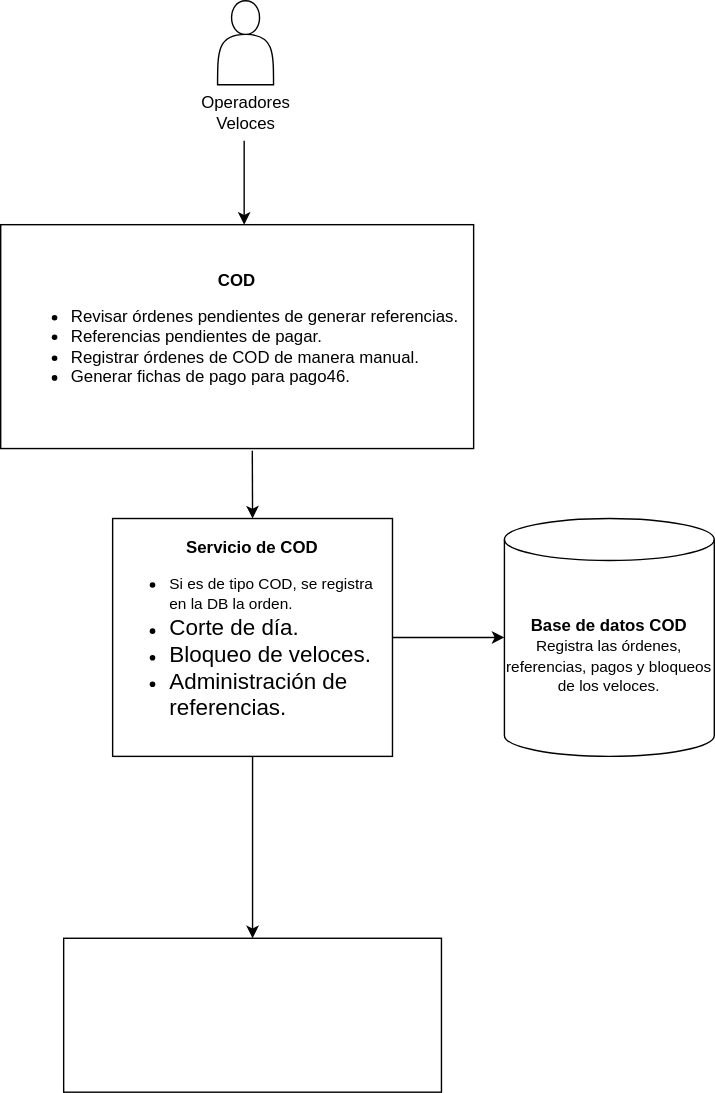
Above: Diagrama C2 COD.svg in dani99m/Diagramas (draw.io), before the change. Source tidied: cells renumbered, new cells last; positions are measured from the earlier drawing's top-left corner, leaving out a move shared by most shapes.
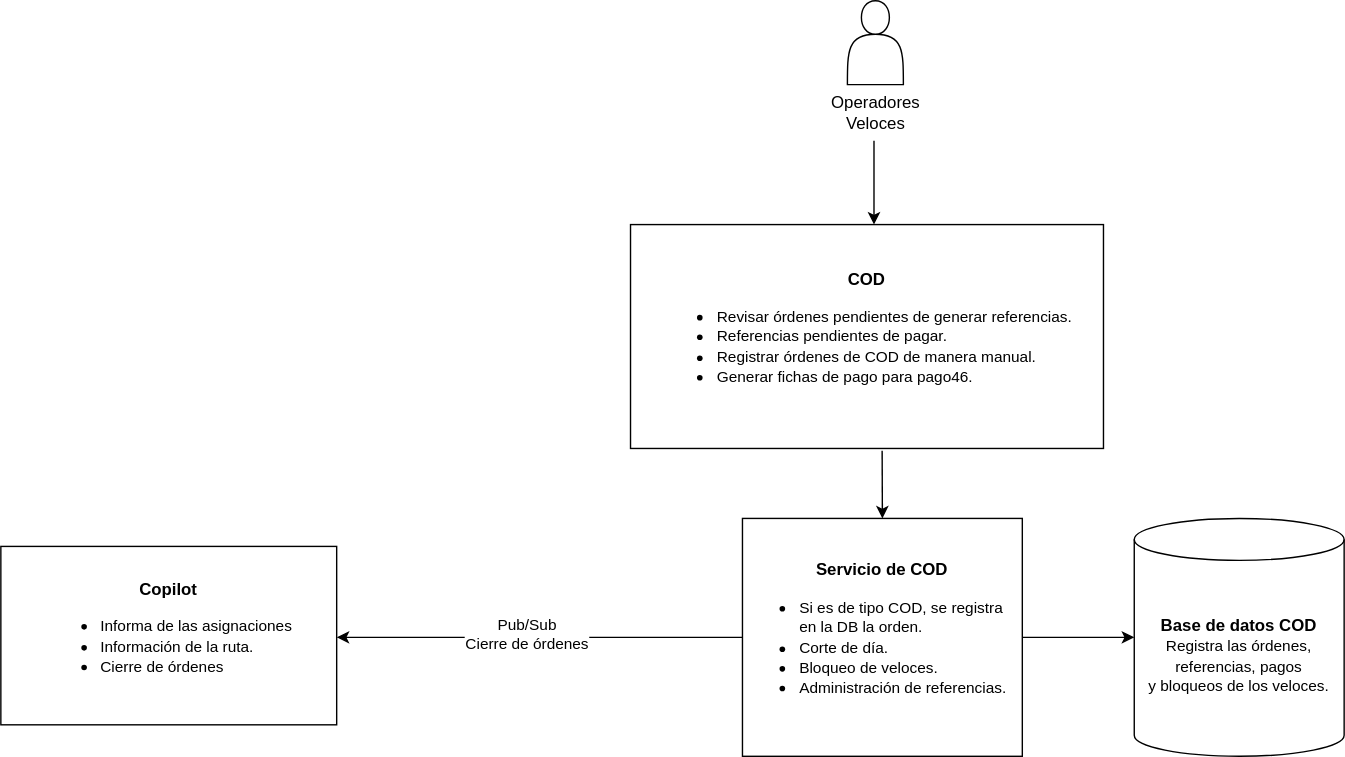
The same file after the commit.

What changed in the source:
```diff
@@ -17,7 +17,7 @@
         </Array>
       </mxGeometry>
     </mxCell>
-    <mxCell id="5" value="&lt;span style=&quot;background-color: initial;&quot;&gt;&lt;b&gt;COD&lt;/b&gt;&lt;br&gt;&lt;/span&gt;&lt;ul&gt;&lt;li style=&quot;text-align: left;&quot;&gt;Revisar órdenes pendientes de generar referencias.&lt;/li&gt;&lt;li style=&quot;text-align: left;&quot;&gt;Referencias pendientes de pagar.&lt;/li&gt;&lt;li style=&quot;text-align: left;&quot;&gt;Registrar órdenes de COD de manera manual.&lt;/li&gt;&lt;li style=&quot;text-align: left;&quot;&gt;Generar fichas de pago para pago46.&lt;/li&gt;&lt;/ul&gt;" style="rounded=0;whiteSpace=wrap;html=1;" parent="1" vertex="1">
+    <mxCell id="5" value="&lt;b style=&quot;background-color: initial;&quot;&gt;COD&lt;br&gt;&lt;/b&gt;&lt;ul&gt;&lt;li style=&quot;text-align: left;&quot;&gt;&lt;font style=&quot;font-size: 11px;&quot;&gt;Revisar órdenes pendientes de generar referencias.&lt;/font&gt;&lt;/li&gt;&lt;li style=&quot;text-align: left;&quot;&gt;&lt;font style=&quot;font-size: 11px;&quot;&gt;Referencias pendientes de pagar.&lt;/font&gt;&lt;/li&gt;&lt;li style=&quot;text-align: left;&quot;&gt;&lt;font style=&quot;font-size: 11px;&quot;&gt;Registrar órdenes de COD de manera manual.&lt;/font&gt;&lt;/li&gt;&lt;li style=&quot;text-align: left;&quot;&gt;&lt;font style=&quot;font-size: 11px;&quot;&gt;Generar fichas de pago para pago46.&lt;/font&gt;&lt;/li&gt;&lt;/ul&gt;" style="rounded=0;whiteSpace=wrap;html=1;" parent="1" vertex="1">
       <mxGeometry y="160" width="338" height="160" as="geometry" />
     </mxCell>
     <mxCell id="6" style="endArrow=classic;html=1;rounded=0;entryX=0.5;entryY=0;entryDx=0;entryDy=0;exitX=0.532;exitY=1.01;exitDx=0;exitDy=0;exitPerimeter=0;" parent="1" edge="1" source="5" target="9">
@@ -26,17 +26,22 @@
     <mxCell id="7" style="edgeStyle=orthogonalEdgeStyle;rounded=0;jettySize=auto;html=1;" parent="1" edge="1" source="9" target="10">
       <mxGeometry relative="1" as="geometry" />
     </mxCell>
-    <mxCell id="8" style="edgeStyle=orthogonalEdgeStyle;rounded=0;jettySize=auto;html=1;fontSize=11;" parent="1" edge="1" source="9" target="11">
-      <mxGeometry relative="1" as="geometry" />
-    </mxCell>
+    <mxCell id="12" style="edgeStyle=orthogonalEdgeStyle;rounded=0;jettySize=auto;html=1;exitX=0;exitY=0.5;exitDx=0;exitDy=0;" parent="1" edge="1" source="9">
+      <mxGeometry relative="1" as="geometry">
+        <mxPoint x="-210" y="455" as="targetPoint" />
+      </mxGeometry>
+    </mxCell>
+    <mxCell id="13" value="Pub/Sub&lt;br&gt;Cierre de órdenes" style="edgeLabel;html=1;align=center;verticalAlign=middle;" parent="12" vertex="1">
+      <mxGeometry x="0.07" y="-3" relative="1" as="geometry" />
+    </mxCell>
-    <mxCell id="9" value="&lt;b&gt;Servicio de COD&lt;br&gt;&lt;/b&gt;&lt;div style=&quot;text-align: left;&quot;&gt;&lt;ul&gt;&lt;li&gt;&lt;span style=&quot;background-color: initial;&quot;&gt;&lt;font style=&quot;font-size: 11px;&quot;&gt;Si es de tipo COD, se registra en la DB la orden.&lt;/font&gt;&lt;/span&gt;&lt;/li&gt;&lt;li&gt;&lt;span style=&quot;background-color: initial;&quot;&gt;&lt;font size=&quot;3&quot;&gt;Corte de día.&lt;/font&gt;&lt;/span&gt;&lt;/li&gt;&lt;li&gt;&lt;span style=&quot;background-color: initial;&quot;&gt;&lt;font size=&quot;3&quot;&gt;Bloqueo de veloces.&lt;/font&gt;&lt;/span&gt;&lt;/li&gt;&lt;li&gt;&lt;span style=&quot;background-color: initial;&quot;&gt;&lt;font size=&quot;3&quot;&gt;Administración de referencias.&lt;/font&gt;&lt;/span&gt;&lt;/li&gt;&lt;/ul&gt;&lt;/div&gt;" style="rounded=0;whiteSpace=wrap;html=1;" parent="1" vertex="1">
+    <mxCell id="9" value="&lt;b&gt;&lt;font style=&quot;&quot;&gt;&lt;font style=&quot;font-size: 12px;&quot;&gt;Servicio de COD&lt;/font&gt;&lt;br&gt;&lt;/font&gt;&lt;/b&gt;&lt;div style=&quot;text-align: left;&quot;&gt;&lt;ul&gt;&lt;li&gt;&lt;span style=&quot;background-color: initial;&quot;&gt;&lt;font style=&quot;font-size: 11px;&quot;&gt;Si es de tipo COD, se registra en la DB la orden.&lt;/font&gt;&lt;/span&gt;&lt;/li&gt;&lt;li&gt;&lt;span style=&quot;background-color: initial;&quot;&gt;&lt;font style=&quot;font-size: 11px;&quot;&gt;Corte de día.&lt;/font&gt;&lt;/span&gt;&lt;/li&gt;&lt;li&gt;&lt;span style=&quot;background-color: initial;&quot;&gt;&lt;font style=&quot;font-size: 11px;&quot;&gt;Bloqueo de veloces.&lt;/font&gt;&lt;/span&gt;&lt;/li&gt;&lt;li&gt;&lt;span style=&quot;background-color: initial;&quot;&gt;&lt;font style=&quot;font-size: 11px;&quot;&gt;Administración de referencias.&lt;/font&gt;&lt;/span&gt;&lt;/li&gt;&lt;/ul&gt;&lt;/div&gt;" style="rounded=0;whiteSpace=wrap;html=1;" parent="1" vertex="1">
       <mxGeometry x="80" y="370" width="200" height="170" as="geometry" />
     </mxCell>
-    <mxCell id="10" value="&lt;b&gt;Base de datos COD&lt;/b&gt;&lt;br&gt;&lt;font style=&quot;font-size: 11px;&quot;&gt;Registra las órdenes, referencias, pagos y bloqueos de los veloces.&lt;/font&gt;" style="shape=cylinder3;whiteSpace=wrap;html=1;boundedLbl=1;backgroundOutline=1;size=15;" parent="1" vertex="1">
+    <mxCell id="10" value="&lt;b&gt;Base de datos COD&lt;/b&gt;&lt;br&gt;&lt;font style=&quot;font-size: 11px;&quot;&gt;Registra las órdenes, referencias, pagos &lt;br&gt;y bloqueos de los veloces.&lt;/font&gt;" style="shape=cylinder3;whiteSpace=wrap;html=1;boundedLbl=1;backgroundOutline=1;size=15;" parent="1" vertex="1">
       <mxGeometry x="360" y="370" width="150" height="170" as="geometry" />
     </mxCell>
-    <mxCell id="11" style="rounded=0;whiteSpace=wrap;html=1;fontSize=11;" parent="1" vertex="1">
-      <mxGeometry x="45" y="670" width="270" height="110" as="geometry" />
-    </mxCell>
+    <mxCell id="14" value="&lt;b style=&quot;background-color: initial;&quot;&gt;Copilot&lt;br&gt;&lt;/b&gt;&lt;ul&gt;&lt;li style=&quot;text-align: left;&quot;&gt;&lt;font style=&quot;font-size: 11px;&quot;&gt;Informa de las asignaciones&lt;/font&gt;&lt;/li&gt;&lt;li style=&quot;text-align: left;&quot;&gt;&lt;font style=&quot;font-size: 11px;&quot;&gt;Información de la ruta.&lt;/font&gt;&lt;/li&gt;&lt;li style=&quot;text-align: left;&quot;&gt;&lt;span style=&quot;font-size: 11px;&quot;&gt;Cierre de órdenes&lt;/span&gt;&lt;/li&gt;&lt;/ul&gt;" style="rounded=0;whiteSpace=wrap;html=1;" parent="1" vertex="1">
+      <mxGeometry x="-450" y="390" width="240" height="127.5" as="geometry" />
+    </mxCell>
   </root>
 </mxGraphModel>
```
